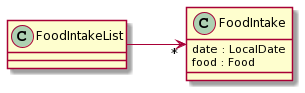
The PlantUML diagram docs/images/FoodIntakeListFoodAssociationClassDiagram.png in nus-cs2103-AY2021S2/tp, before a commit.
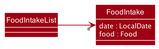
Above is the later version.

Commit message:
Update Class Diagrams style to module convention

Diff of the diagram source:
```diff
@@ -1,4 +1,12 @@
 @startuml
+!include style.puml
+skinparam arrowThickness 1.1
+skinparam arrowColor #73c8df
+skinparam classBackgroundColor MODEL_COLOR
+skinparam classAttributeFontColor #FFFFFF
+skinparam ArrowColor MODEL_COLOR
+show members
+
 left to right direction
 
 class FoodIntakeList {
```
